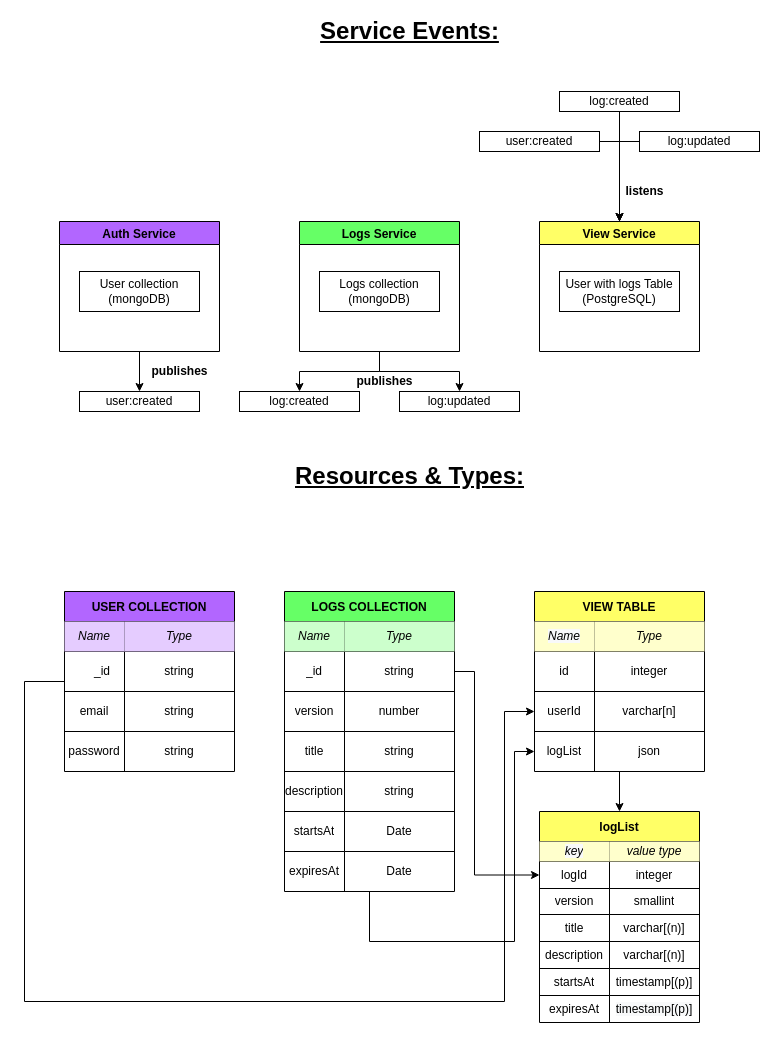
Earlier version of the draw.io diagram page "Events & Resources" (1 of 5) of diagrams/service-events.drawio (berkan-alci/contest-freelancer). Source tidied: cells renumbered, new cells numbered last; positions are measured from the earlier drawing's top-left corner, leaving out a move shared by most shapes. Both pictures are drawn from the tidied source at 100%, with x=0, y=0 at pixel (24, 21).
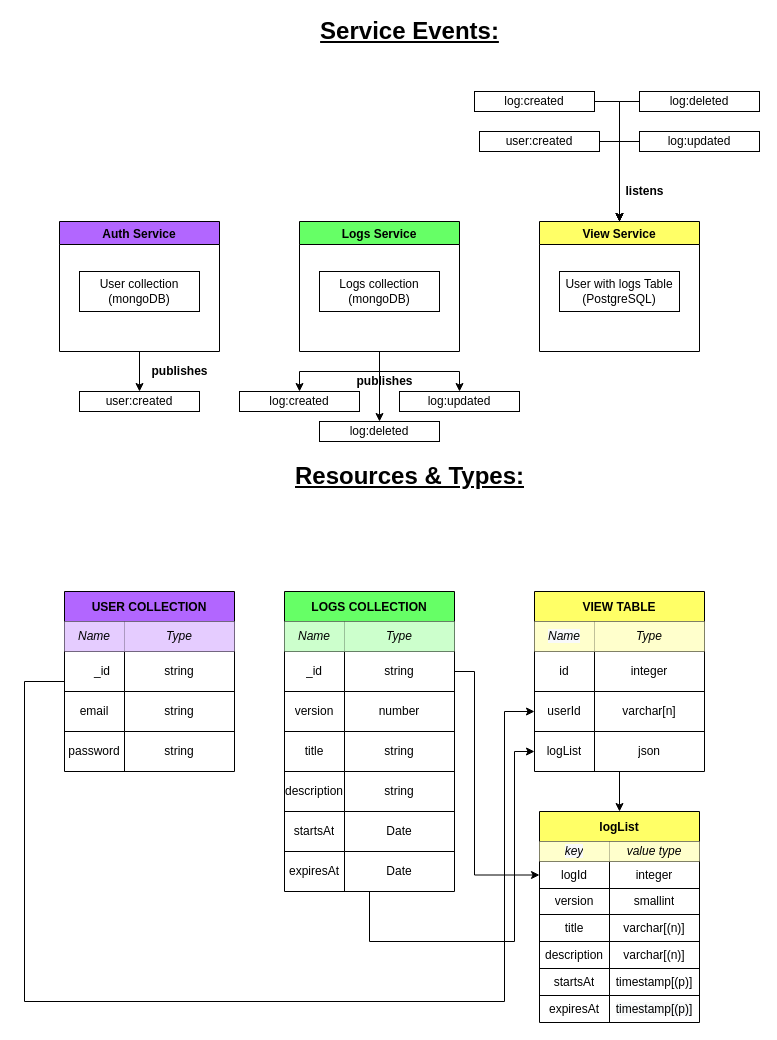
Above is the later version.

Commit message (it also covers changes not shown here):
service event update

The change refers to these unchanged cells:
```xml
<mxCell id="9" value="Logs Service" style="swimlane;fillColor=#66FF66;" parent="1" vertex="1">
  <mxGeometry x="275" y="200" width="160" height="130" as="geometry" />
</mxCell>
<mxCell id="14" value="View Service" style="swimlane;fillColor=#FFFF66;" parent="1" vertex="1">
  <mxGeometry x="515" y="200" width="160" height="130" as="geometry" />
</mxCell>
```

What changed in the source:
```diff
@@
+    <mxCell id="99" style="edgeStyle=orthogonalEdgeStyle;rounded=0;jettySize=auto;html=1;fontSize=14;" parent="1" edge="1" source="9" target="102">
+      <mxGeometry relative="1" as="geometry" />
+    </mxCell>
@@
     <mxCell id="18" style="edgeStyle=orthogonalEdgeStyle;rounded=0;jettySize=auto;html=1;" parent="1" edge="1" source="19" target="14">
-      <mxGeometry relative="1" as="geometry" />
+      <mxGeometry relative="1" as="geometry">
+        <Array as="points">
+          <mxPoint x="595" y="80" />
+        </Array>
+      </mxGeometry>
     </mxCell>
     <mxCell id="19" value="log:created" style="whiteSpace=wrap;html=1;" parent="1" vertex="1">
-      <mxGeometry x="535" y="70" width="120" height="20" as="geometry" />
+      <mxGeometry x="450" y="70" width="120" height="20" as="geometry" />
     </mxCell>
@@
+    <mxCell id="100" style="edgeStyle=orthogonalEdgeStyle;rounded=0;jettySize=auto;html=1;fontSize=14;" parent="1" edge="1" source="101" target="14">
+      <mxGeometry relative="1" as="geometry">
+        <Array as="points">
+          <mxPoint x="595" y="80" />
+        </Array>
+      </mxGeometry>
+    </mxCell>
+    <mxCell id="101" value="log:deleted" style="whiteSpace=wrap;html=1;" parent="1" vertex="1">
+      <mxGeometry x="615" y="70" width="120" height="20" as="geometry" />
+    </mxCell>
+    <mxCell id="102" value="log:deleted" style="whiteSpace=wrap;html=1;" parent="1" vertex="1">
+      <mxGeometry x="295" y="400" width="120" height="20" as="geometry" />
+    </mxCell>
```
